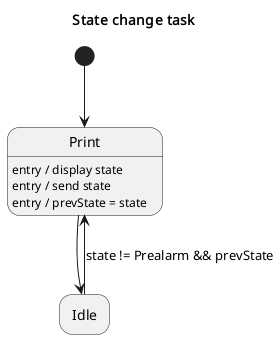
Earlier version of the PlantUML export assignments/02-sdh/docs/tasks/stateChange.png (the-real-deal/unibo-iot-didospita). Source of this version:
```plantuml
@startuml StateChangeTask
hide empty description

title "State change task"

state start <<start>>

state "Print" as print
print : entry / display state
print : entry / send state
print : entry / prevState = state

state "Idle" as idle

start -d-> print

print -d-> idle
idle -u-> print : state != Prealarm && prevState

@enduml
```
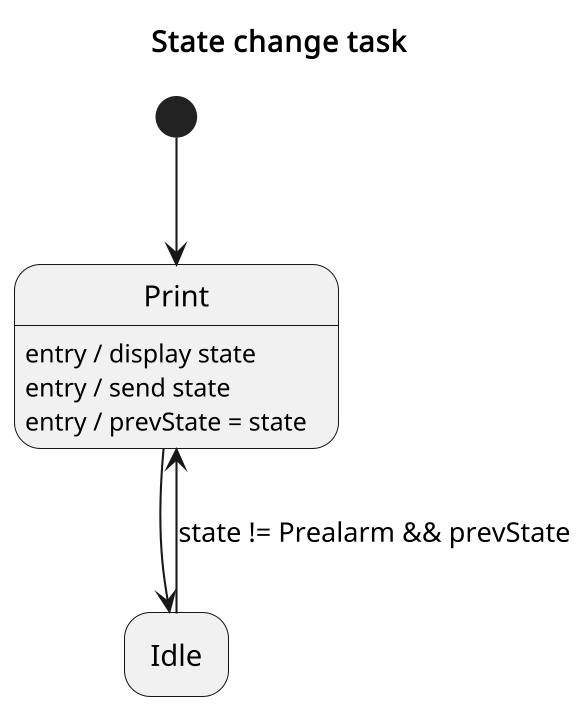
After the change.

The edit, as a diff of the source:
```diff
@@ -1,4 +1,5 @@
 @startuml StateChangeTask
+skinparamlocked dpi 200
 hide empty description
 
 title "State change task"
```
